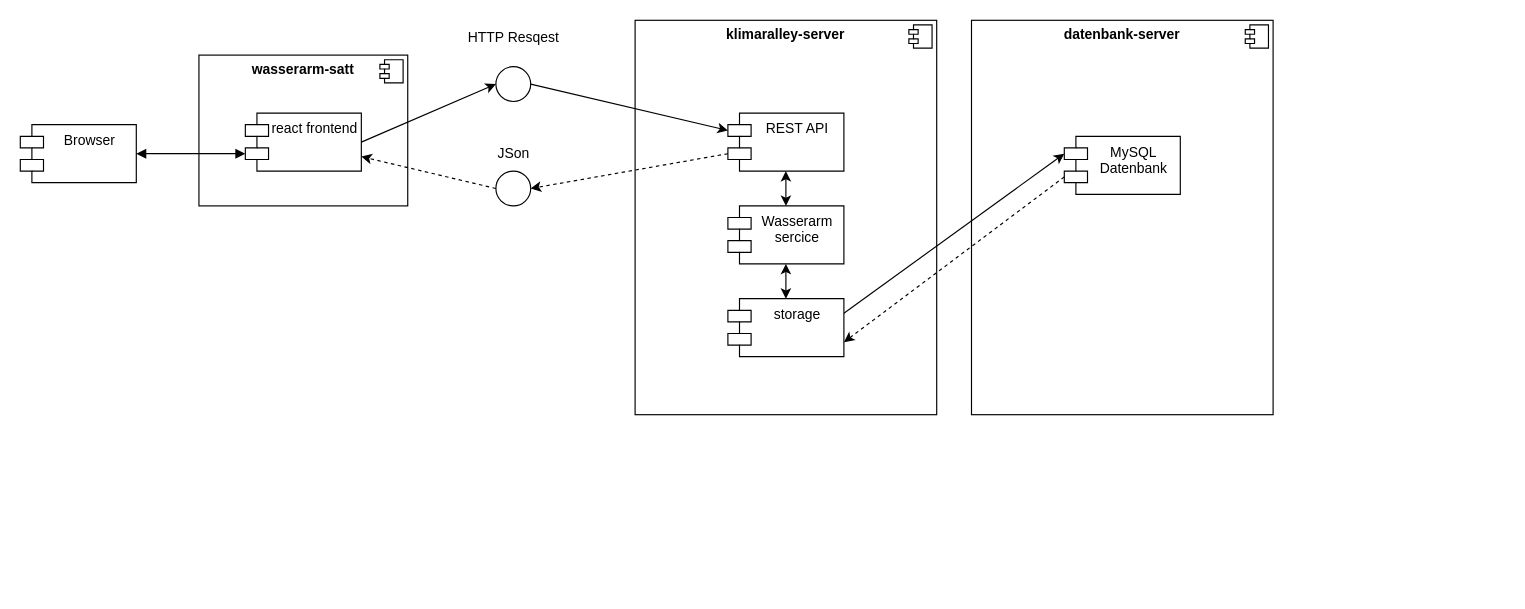
This is doc/wassserarm/uml/src/components.drawio from j0giwa/klimaralley, a draw.io file, before an edit. Source tidied: cells renumbered, new cells numbered last; positions are measured from the earlier drawing's top-left corner, leaving out a move shared by most shapes. Both pictures are drawn from the tidied source at 116%, with x=0, y=0 at pixel (20, 20).
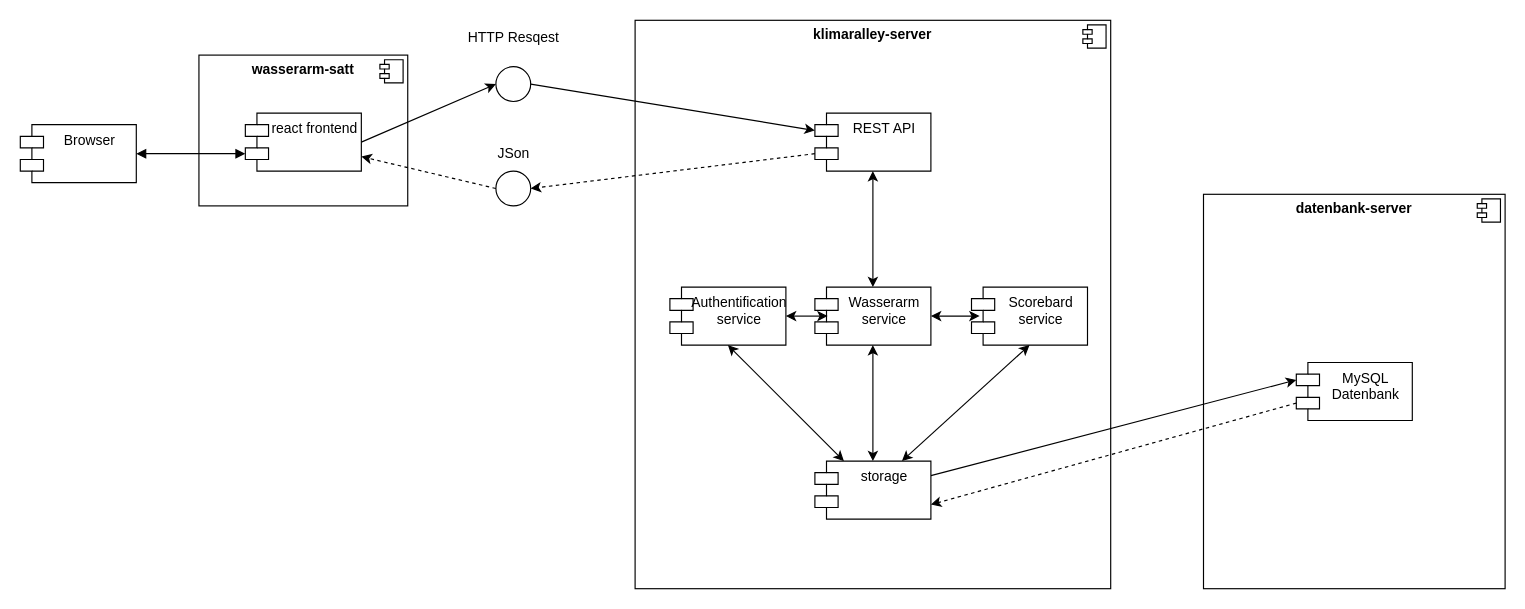
Above is the later version.

Change to the diagram source:
```diff
@@
     <mxCell id="2" value="&lt;p style=&quot;margin:0px;margin-top:6px;text-align:center;&quot;&gt;&lt;b&gt;klimaralley-server&lt;/b&gt;&lt;/p&gt;" style="align=left;overflow=fill;html=1;whiteSpace=wrap;" parent="1" vertex="1">
-      <mxGeometry x="530" width="260" height="340" as="geometry" />
+      <mxGeometry x="530" width="410" height="490" as="geometry" />
     </mxCell>
@@
     <mxCell id="4" value="REST API" style="shape=module;align=left;spacingLeft=20;align=center;verticalAlign=top;whiteSpace=wrap;html=1;" parent="1" vertex="1">
-      <mxGeometry x="610" y="80" width="100" height="50" as="geometry" />
+      <mxGeometry x="685" y="80" width="100" height="50" as="geometry" />
     </mxCell>
@@
-    <mxCell id="18" value="Wasserarm sercice" style="shape=module;align=left;spacingLeft=20;align=center;verticalAlign=top;whiteSpace=wrap;html=1;" parent="1" vertex="1">
-      <mxGeometry x="610" y="160" width="100" height="50" as="geometry" />
+    <mxCell id="18" value="Wasserarm service" style="shape=module;align=left;spacingLeft=20;align=center;verticalAlign=top;whiteSpace=wrap;html=1;" parent="1" vertex="1">
+      <mxGeometry x="685" y="230" width="100" height="50" as="geometry" />
     </mxCell>
     <mxCell id="19" value="&lt;p style=&quot;margin:0px;margin-top:6px;text-align:center;&quot;&gt;&lt;b&gt;datenbank-server&lt;/b&gt;&lt;/p&gt;" style="align=left;overflow=fill;html=1;whiteSpace=wrap;" parent="1" vertex="1">
-      <mxGeometry x="820" width="260" height="340" as="geometry" />
+      <mxGeometry x="1020" y="150" width="260" height="340" as="geometry" />
     </mxCell>
@@
     <mxCell id="21" value="MySQL Datenbank" style="shape=module;align=left;spacingLeft=20;align=center;verticalAlign=top;whiteSpace=wrap;html=1;" parent="1" vertex="1">
-      <mxGeometry x="900" y="100" width="100" height="50" as="geometry" />
+      <mxGeometry x="1100" y="295" width="100" height="50" as="geometry" />
     </mxCell>
@@
-    <mxCell id="24" style="endArrow=classic;startArrow=classic;html=1;rounded=0;exitX=0.5;exitY=0;exitDx=0;exitDy=0;" parent="1" edge="1" source="18">
-      <mxGeometry relative="1" as="geometry">
-        <mxPoint x="660" y="130" as="targetPoint" />
-      </mxGeometry>
+    <mxCell id="24" style="endArrow=classic;startArrow=classic;html=1;rounded=0;exitX=0.5;exitY=0;exitDx=0;exitDy=0;entryX=0.5;entryY=1;entryDx=0;entryDy=0;" parent="1" edge="1" source="18" target="4">
+      <mxGeometry relative="1" as="geometry" />
     </mxCell>
     <mxCell id="25" value="storage" style="shape=module;align=left;spacingLeft=20;align=center;verticalAlign=top;whiteSpace=wrap;html=1;" parent="1" vertex="1">
-      <mxGeometry x="610" y="240" width="100" height="50" as="geometry" />
+      <mxGeometry x="685" y="380" width="100" height="50" as="geometry" />
     </mxCell>
+    <mxCell id="27" value="Scorebard service" style="shape=module;align=left;spacingLeft=20;align=center;verticalAlign=top;whiteSpace=wrap;html=1;" parent="1" vertex="1">
+      <mxGeometry x="820" y="230" width="100" height="50" as="geometry" />
+    </mxCell>
+    <mxCell id="28" value="Authentification service" style="shape=module;align=left;spacingLeft=20;align=center;verticalAlign=top;whiteSpace=wrap;html=1;" parent="1" vertex="1">
+      <mxGeometry x="560" y="230" width="100" height="50" as="geometry" />
+    </mxCell>
+    <mxCell id="29" style="endArrow=classic;startArrow=classic;html=1;rounded=0;exitX=0.11;exitY=0.5;exitDx=0;exitDy=0;entryX=1;entryY=0.5;entryDx=0;entryDy=0;exitPerimeter=0;" parent="1" edge="1" source="18" target="28">
+      <mxGeometry relative="1" as="geometry" />
+    </mxCell>
+    <mxCell id="30" style="endArrow=classic;startArrow=classic;html=1;rounded=0;exitX=0.07;exitY=0.5;exitDx=0;exitDy=0;entryX=1;entryY=0.5;entryDx=0;entryDy=0;exitPerimeter=0;" parent="1" edge="1" source="27" target="18">
+      <mxGeometry relative="1" as="geometry" />
+    </mxCell>
+    <mxCell id="31" style="endArrow=classic;startArrow=classic;html=1;rounded=0;exitX=0.25;exitY=0;exitDx=0;exitDy=0;entryX=0.5;entryY=1;entryDx=0;entryDy=0;" parent="1" edge="1" source="25" target="28">
+      <mxGeometry relative="1" as="geometry" />
+    </mxCell>
+    <mxCell id="32" style="endArrow=classic;startArrow=classic;html=1;rounded=0;exitX=0.75;exitY=0;exitDx=0;exitDy=0;entryX=0.5;entryY=1;entryDx=0;entryDy=0;" parent="1" edge="1" source="25" target="27">
+      <mxGeometry relative="1" as="geometry" />
+    </mxCell>
```
